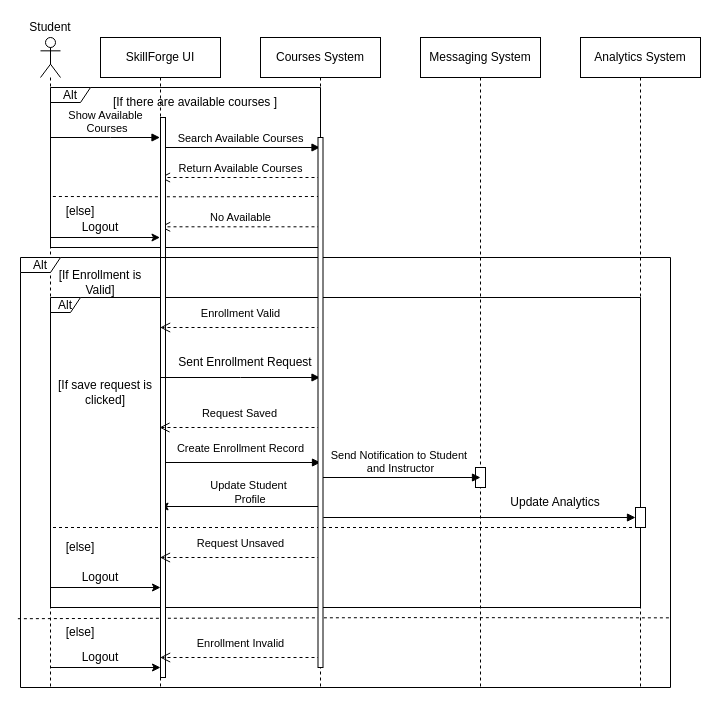
RodinaMohamed04/Lab6 keeps this draw.io diagram as SequenceDiagram.drawio. Above is the earlier version. Source tidied: cells renumbered, new cells numbered last; positions are measured from the earlier drawing's top-left corner, leaving out a move shared by most shapes. Both pictures are drawn from the tidied source at 100%, with x=0, y=0 at pixel (20, 17).
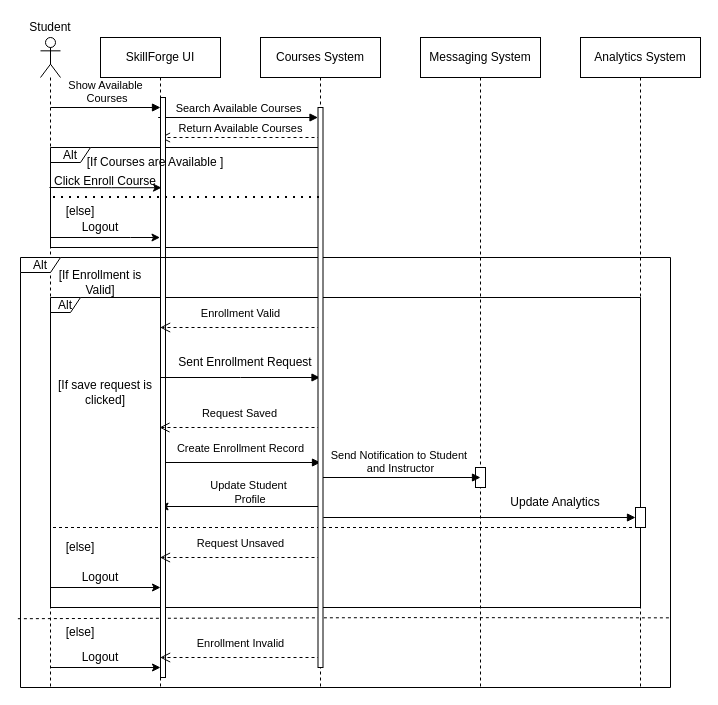
The same diagram, later.

The change refers to these unchanged cells:
```xml
<mxCell id="2" value="SkillForge UI" style="shape=umlLifeline;perimeter=lifelinePerimeter;whiteSpace=wrap;html=1;outlineConnect=0;portConstraint=eastwest;newEdgeStyle={&quot;curved&quot;:0,&quot;rounded&quot;:0};" parent="1" vertex="1">
  <mxGeometry x="80" y="20" width="120" height="650" as="geometry" />
</mxCell>
<mxCell id="3" style="shape=umlLifeline;perimeter=lifelinePerimeter;whiteSpace=wrap;html=1;outlineConnect=0;portConstraint=eastwest;newEdgeStyle={&quot;curved&quot;:0,&quot;rounded&quot;:0};participant=umlActor;" parent="1" vertex="1">
  <mxGeometry x="20" y="20" width="20" height="650" as="geometry" />
</mxCell>
<mxCell id="4" value="Courses System" style="shape=umlLifeline;perimeter=lifelinePerimeter;whiteSpace=wrap;html=1;outlineConnect=0;portConstraint=eastwest;newEdgeStyle={&quot;curved&quot;:0,&quot;rounded&quot;:0};" parent="1" vertex="1">
  <mxGeometry x="240" y="20" width="120" height="650" as="geometry" />
</mxCell>
```

What changed in the source:
```diff
@@
-    <mxCell id="8" value="Return Available Courses" style="html=1;verticalAlign=bottom;endArrow=open;dashed=1;endSize=8;curved=0;rounded=0;" parent="1" edge="1" target="2">
+    <mxCell id="8" value="Return Available Courses" style="html=1;verticalAlign=bottom;endArrow=open;dashed=1;endSize=8;curved=0;rounded=0;" parent="1" edge="1">
       <mxGeometry relative="1" as="geometry">
-        <mxPoint x="300" y="160" as="sourcePoint" />
+        <mxPoint x="300" y="120" as="sourcePoint" />
+        <mxPoint x="139.5" y="120" as="targetPoint" />
+        <Array as="points">
+          <mxPoint x="220" y="120" />
+        </Array>
       </mxGeometry>
     </mxCell>
-    <mxCell id="9" value="Show Available&lt;div&gt;&amp;nbsp;Courses&lt;/div&gt;" style="html=1;verticalAlign=bottom;endArrow=block;curved=0;rounded=0;" parent="1" edge="1" source="3" target="2">
+    <mxCell id="9" value="Show Available&lt;div&gt;&amp;nbsp;Courses&lt;/div&gt;" style="html=1;verticalAlign=bottom;endArrow=block;curved=0;rounded=0;" parent="1" edge="1">
       <mxGeometry relative="1" as="geometry">
+        <mxPoint x="30" y="90" as="sourcePoint" />
+        <mxPoint x="140" y="90" as="targetPoint" />
         <Array as="points">
-          <mxPoint x="90" y="120" />
+          <mxPoint x="90.5" y="90" />
         </Array>
       </mxGeometry>
     </mxCell>
-    <mxCell id="10" value="Search Available Courses" style="html=1;verticalAlign=bottom;endArrow=block;curved=0;rounded=0;" parent="1" edge="1" target="4">
+    <mxCell id="10" value="Search Available Courses" style="html=1;verticalAlign=bottom;endArrow=block;curved=0;rounded=0;" parent="1" edge="1">
       <mxGeometry relative="1" as="geometry">
-        <mxPoint x="139.7" y="130" as="sourcePoint" />
+        <mxPoint x="137.7" y="100" as="sourcePoint" />
+        <mxPoint x="297.5" y="100" as="targetPoint" />
       </mxGeometry>
     </mxCell>
-    <mxCell id="11" value="No Available" style="html=1;verticalAlign=bottom;endArrow=open;dashed=1;endSize=8;curved=0;rounded=0;" parent="1" edge="1">
-      <mxGeometry relative="1" as="geometry">
-        <mxPoint x="300" y="209.3" as="sourcePoint" />
-        <mxPoint x="139.6" y="209.3" as="targetPoint" />
-        <Array as="points">
-          <mxPoint x="200.5" y="209.3" />
-        </Array>
-      </mxGeometry>
-    </mxCell>
@@
     <mxCell id="18" value="Alt" style="shape=umlFrame;whiteSpace=wrap;html=1;width=40;height=15;" parent="1" vertex="1">
-      <mxGeometry x="30" y="70" width="270" height="160" as="geometry" />
+      <mxGeometry x="30" y="130" width="270" height="100" as="geometry" />
     </mxCell>
@@
-    <mxCell id="21" style="endArrow=none;dashed=1;html=1;rounded=0;entryX=1.003;entryY=0.698;entryDx=0;entryDy=0;entryPerimeter=0;" parent="1" edge="1">
-      <mxGeometry relative="1" as="geometry">
-        <mxPoint x="32.4" y="179" as="sourcePoint" />
-        <mxPoint x="300" y="179" as="targetPoint" />
-        <Array as="points">
-          <mxPoint x="169.2" y="179.3" />
-        </Array>
-      </mxGeometry>
-    </mxCell>
@@
     <mxCell id="23" style="html=1;perimeter=orthogonalPerimeter;targetShapes=umlLifeline;newEdgeStyle={&quot;curved&quot;:0,&quot;rounded&quot;:0};" parent="1" vertex="1">
-      <mxGeometry x="140" y="100" width="5" height="560" as="geometry" />
+      <mxGeometry x="140" y="80" width="5" height="580" as="geometry" />
     </mxCell>
     <mxCell id="24" style="endArrow=classic;html=1;rounded=0;" parent="1" edge="1" target="2">
       <mxGeometry relative="1" as="geometry">
         <mxPoint x="30" y="220" as="sourcePoint" />
+        <Array as="points">
+          <mxPoint x="110" y="220" />
+        </Array>
       </mxGeometry>
     </mxCell>
@@
-    <mxCell id="27" value="[If there are available&amp;nbsp;courses ]" style="text;html=1;whiteSpace=wrap;strokeColor=none;fillColor=none;align=center;verticalAlign=middle;rounded=0;" parent="1" vertex="1">
-      <mxGeometry x="90" y="70" width="170" height="30" as="geometry" />
+    <mxCell id="27" value="[If Courses are Available ]" style="text;html=1;whiteSpace=wrap;strokeColor=none;fillColor=none;align=center;verticalAlign=middle;rounded=0;" parent="1" vertex="1">
+      <mxGeometry x="50" y="130" width="170" height="30" as="geometry" />
     </mxCell>
@@
     <mxCell id="46" style="html=1;perimeter=orthogonalPerimeter;targetShapes=umlLifeline;newEdgeStyle={&quot;curved&quot;:0,&quot;rounded&quot;:0};" parent="1" vertex="1">
-      <mxGeometry x="297.5" y="120" width="5" height="530" as="geometry" />
+      <mxGeometry x="297.5" y="90" width="5" height="560" as="geometry" />
     </mxCell>
+    <mxCell id="47" value="Click Enroll Course" style="text;html=1;whiteSpace=wrap;strokeColor=none;fillColor=none;align=center;verticalAlign=middle;rounded=0;" parent="1" vertex="1">
+      <mxGeometry y="149" width="170" height="30" as="geometry" />
+    </mxCell>
+    <mxCell id="48" style="endArrow=classic;html=1;rounded=0;" parent="1" edge="1">
+      <mxGeometry relative="1" as="geometry">
+        <mxPoint x="29" y="170" as="sourcePoint" />
+        <mxPoint x="141" y="170.2" as="targetPoint" />
+        <Array as="points">
+          <mxPoint x="91" y="170.2" />
+        </Array>
+      </mxGeometry>
+    </mxCell>
+    <mxCell id="49" style="endArrow=none;dashed=1;html=1;dashPattern=1 3;strokeWidth=2;rounded=0;exitX=0;exitY=0.5;exitDx=0;exitDy=0;" parent="1" edge="1">
+      <mxGeometry relative="1" as="geometry">
+        <mxPoint x="32.5" y="179.5" as="sourcePoint" />
+        <mxPoint x="300" y="179.5" as="targetPoint" />
+      </mxGeometry>
+    </mxCell>
```
